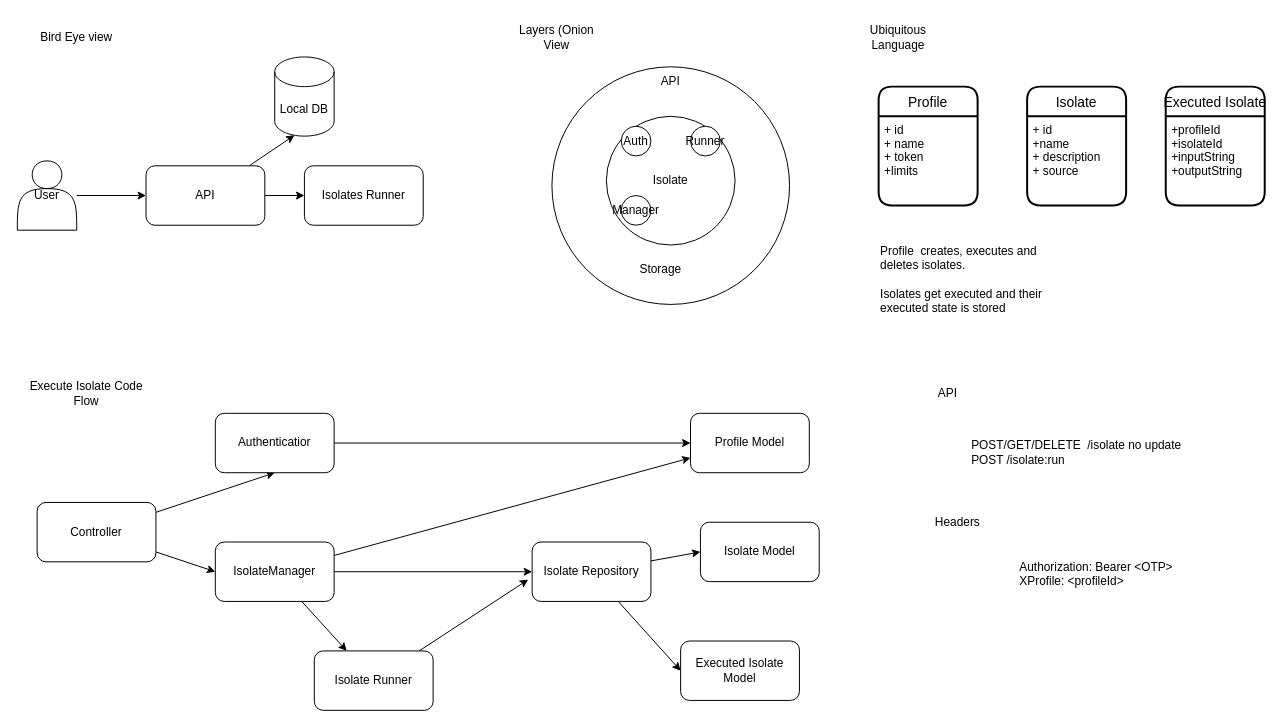
stanimirovv/v8isolate-lab keeps this draw.io diagram as page "General" (1 of 2) of architecture.drawio. Above is the earlier version. Source tidied: cells renumbered, new cells numbered last; positions are measured from the earlier drawing's top-left corner, leaving out a move shared by most shapes. Both pictures are drawn from the tidied source at 99%, with x=0, y=0 at pixel (17, 17).
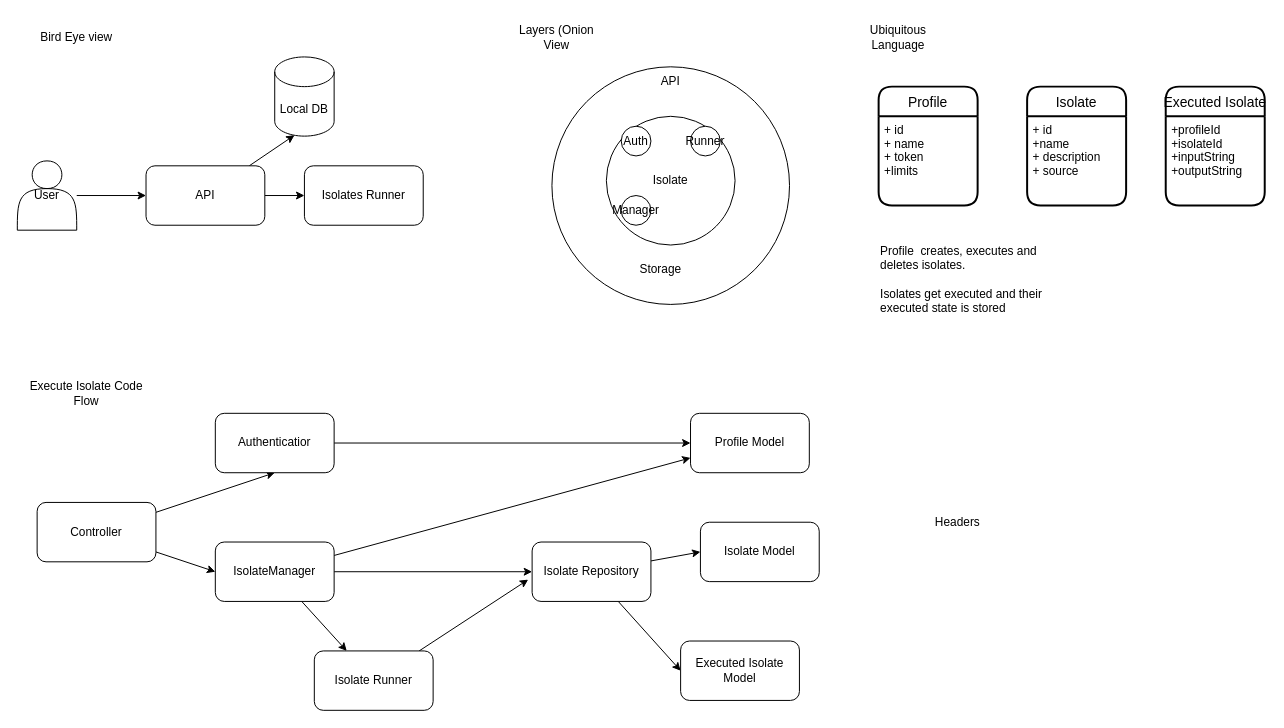
Above is the later version.

What changed in the source:
```diff
@@
-    <mxCell id="44" value="API" style="text;html=1;strokeColor=none;fillColor=none;align=center;verticalAlign=middle;whiteSpace=wrap;rounded=0;" parent="1" vertex="1">
-      <mxGeometry x="870" y="360" width="140" height="40" as="geometry" />
-    </mxCell>
-    <mxCell id="45" value="&lt;span style=&quot;text-align: left&quot;&gt;POST/GET/DELETE&amp;nbsp;&amp;nbsp;&lt;/span&gt;&lt;span style=&quot;text-align: left&quot;&gt;/isolate no update&lt;/span&gt;&lt;span style=&quot;text-align: left&quot;&gt;&lt;br&gt;&lt;/span&gt;&lt;div style=&quot;text-align: left&quot;&gt;&lt;span&gt;POST /isolate:run&amp;nbsp;&lt;/span&gt;&lt;/div&gt;" style="text;html=1;strokeColor=none;fillColor=none;align=center;verticalAlign=middle;whiteSpace=wrap;rounded=0;" parent="1" vertex="1">
-      <mxGeometry x="930" y="400" width="280" height="80" as="geometry" />
-    </mxCell>
@@
-    <mxCell id="47" value="&lt;div style=&quot;text-align: left&quot;&gt;&lt;span&gt;Authorization: Bearer &amp;lt;OTP&amp;gt;&lt;/span&gt;&lt;/div&gt;&lt;div style=&quot;text-align: left&quot;&gt;&lt;span&gt;XProfile: &amp;lt;profileId&amp;gt;&lt;/span&gt;&lt;/div&gt;&lt;div style=&quot;text-align: left&quot;&gt;&lt;br&gt;&lt;/div&gt;" style="text;html=1;strokeColor=none;fillColor=none;align=center;verticalAlign=middle;whiteSpace=wrap;rounded=0;" parent="1" vertex="1">
-      <mxGeometry x="950" y="530" width="280" height="80" as="geometry" />
-    </mxCell>
```
